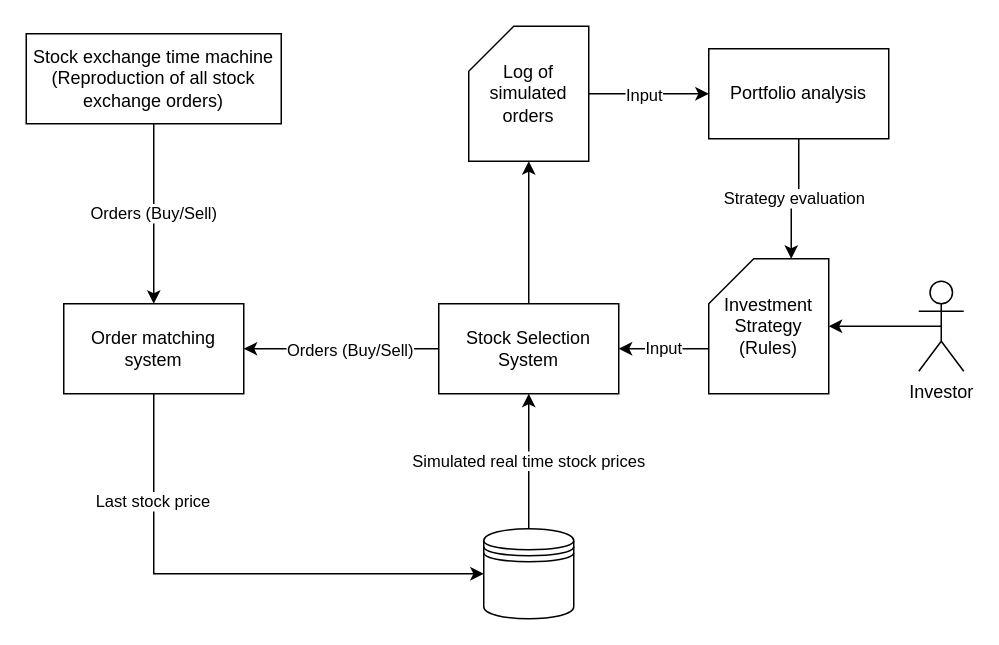
This is electronic-trading-platform-simulator.drawio from durvalcarvalho/electronic-trading-platform-simulator, a draw.io file, before an edit. Source tidied: cells renumbered, new cells numbered last; positions are measured from the earlier drawing's top-left corner, leaving out a move shared by most shapes. Both pictures are drawn from the tidied source at 150%, with x=0, y=0 at pixel (26, 26).
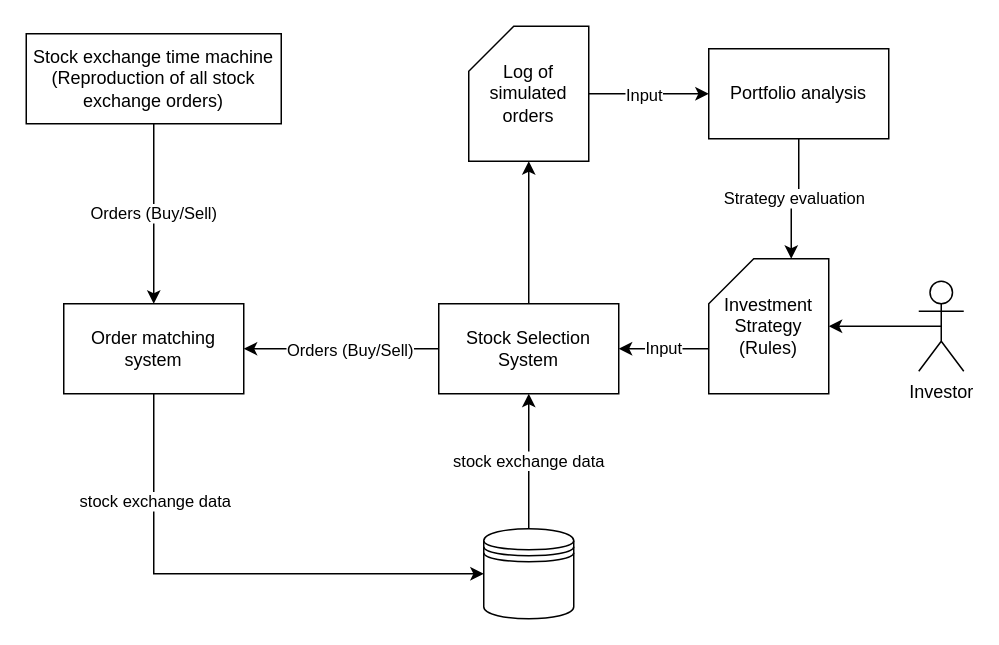
The same diagram, later.

The change refers to these unchanged cells:
```xml
<mxCell id="2" style="edgeStyle=orthogonalEdgeStyle;rounded=0;jettySize=auto;html=1;exitX=0.5;exitY=1;exitDx=0;exitDy=0;entryX=0;entryY=0.5;entryDx=0;entryDy=0;" parent="1" edge="1" source="4" target="21">
  <mxGeometry relative="1" as="geometry" />
</mxCell>
<mxCell id="8" value="Stock Selection System" style="rounded=0;whiteSpace=wrap;html=1;" parent="1" vertex="1">
  <mxGeometry x="275" y="185" width="120" height="60" as="geometry" />
</mxCell>
<mxCell id="21" style="shape=datastore;whiteSpace=wrap;html=1;" parent="1" vertex="1">
  <mxGeometry x="305" y="335" width="60" height="60" as="geometry" />
</mxCell>
```

The edit, as a diff of the source:
```diff
@@
-    <mxCell id="3" value="Last stock price&amp;nbsp;" style="edgeLabel;html=1;align=center;verticalAlign=middle;" parent="2" vertex="1">
+    <mxCell id="3" value="stock exchange data" style="edgeLabel;html=1;align=center;verticalAlign=middle;" parent="2" vertex="1">
       <mxGeometry x="-0.58" relative="1" as="geometry" />
     </mxCell>
@@
-    <mxCell id="20" value="Simulated real time stock prices" style="edgeStyle=orthogonalEdgeStyle;rounded=0;jettySize=auto;html=1;exitX=0.5;exitY=0;exitDx=0;exitDy=0;entryX=0.5;entryY=1;entryDx=0;entryDy=0;" parent="1" edge="1" source="21" target="8">
+    <mxCell id="20" value="stock exchange data" style="edgeStyle=orthogonalEdgeStyle;rounded=0;jettySize=auto;html=1;exitX=0.5;exitY=0;exitDx=0;exitDy=0;entryX=0.5;entryY=1;entryDx=0;entryDy=0;" parent="1" edge="1" source="21" target="8">
       <mxGeometry relative="1" as="geometry" />
     </mxCell>
```
